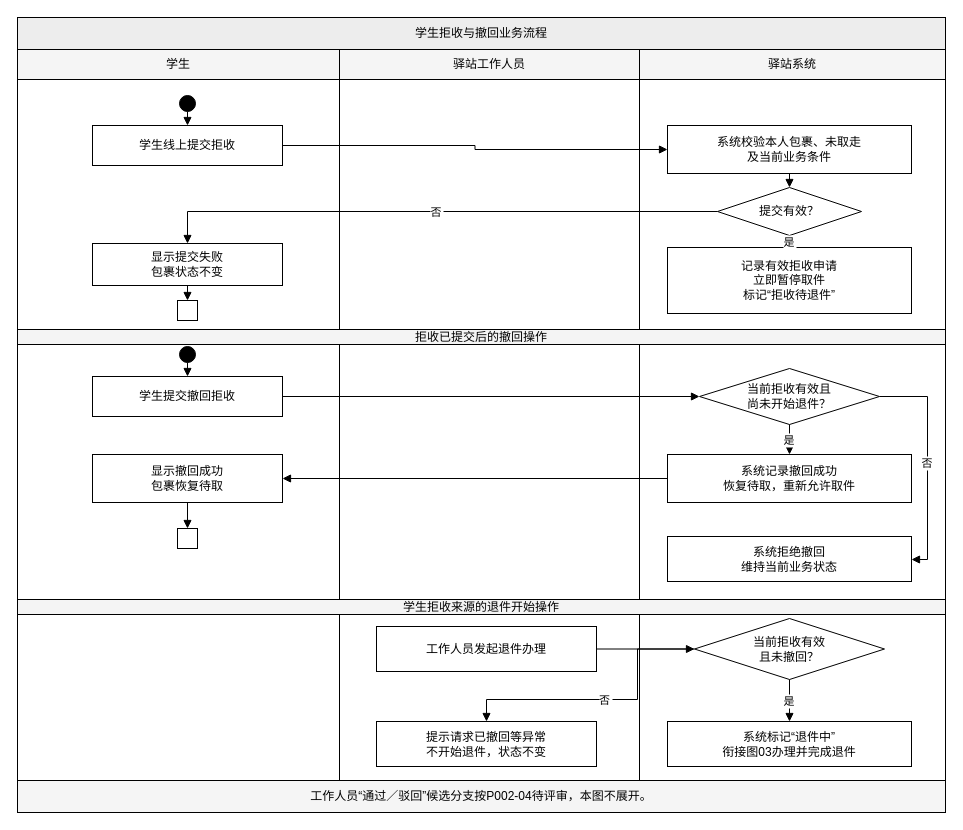
The draw.io diagram docs/requirements/business-flows/任奕阳_REQ-002/02_拒收与撤回业务流程.drawio in ZhenyuYangK/HDU-campus-express-management, before the edit. Source tidied: cells renumbered, new cells numbered last; positions are measured from the earlier drawing's top-left corner, leaving out a move shared by most shapes. Both pictures are drawn from the tidied source at 100%, with x=0, y=0 at pixel (17, 17).
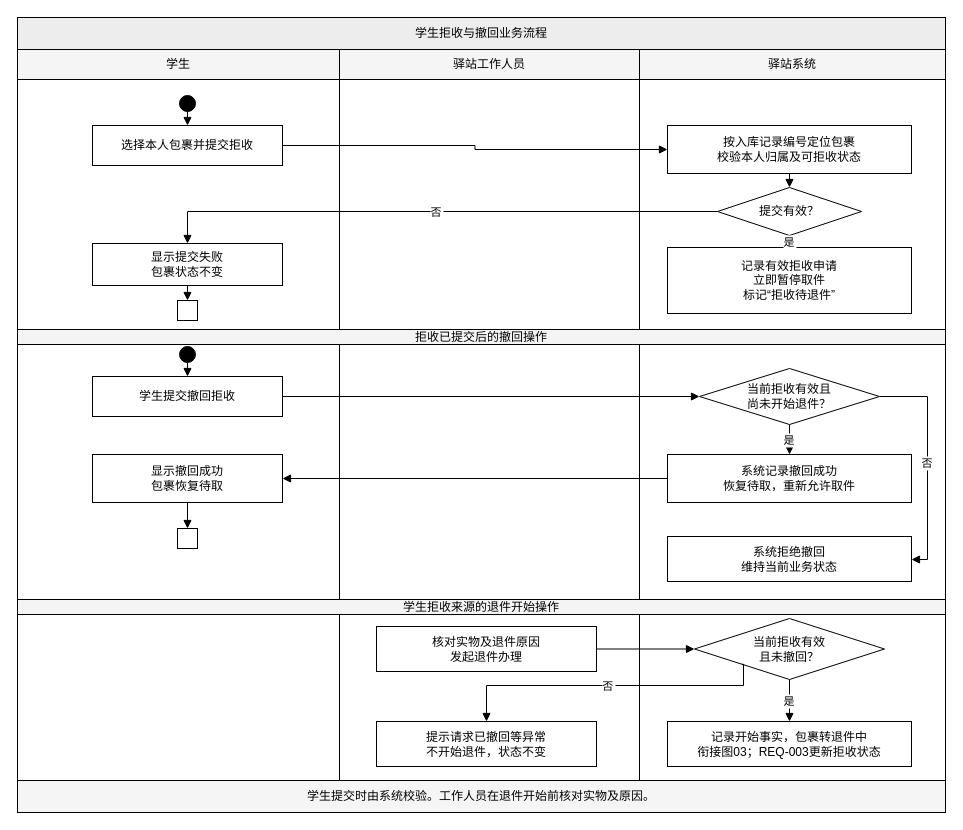
Above is the later version.

The change refers to these unchanged cells:
```xml
<mxCell id="27" value="当前拒收有效&#10;且未撤回？" style="rhombus;whiteSpace=wrap;html=0;fillColor=#FFFFFF;fontColor=#000000;strokeColor=#000000;fontFamily=Microsoft YaHei;fontSize=12;" parent="1" vertex="1">
  <mxGeometry x="677" y="601" width="190" height="61" as="geometry" />
</mxCell>
<mxCell id="28" value="提示请求已撤回等异常&#10;不开始退件，状态不变" style="rounded=0;whiteSpace=wrap;html=0;fillColor=#FFFFFF;fontColor=#000000;strokeColor=#000000;fontFamily=Microsoft YaHei;fontSize=12;" parent="1" vertex="1">
  <mxGeometry x="359" y="704" width="220" height="45" as="geometry" />
</mxCell>
```

What changed in the source:
```diff
@@
-    <mxCell id="11" value="工作人员“通过／驳回”候选分支按P002-04待评审，本图不展开。" style="whiteSpace=wrap;html=0;fontColor=#000000;fontSize=12;fillColor=#f5f5f5;strokeColor=#000000;" parent="1" vertex="1">
+    <mxCell id="11" value="学生提交时由系统校验。工作人员在退件开始前核对实物及原因。" style="whiteSpace=wrap;html=0;fontColor=#000000;fontSize=12;fillColor=#f5f5f5;strokeColor=#000000;" parent="1" vertex="1">
       <mxGeometry y="763" width="928" height="32" as="geometry" />
     </mxCell>
@@
-    <mxCell id="13" value="学生线上提交拒收" style="rounded=0;whiteSpace=wrap;html=0;fillColor=#FFFFFF;fontColor=#000000;strokeColor=#000000;fontFamily=Microsoft YaHei;fontSize=12;" parent="1" vertex="1">
+    <mxCell id="13" value="选择本人包裹并提交拒收" style="rounded=0;whiteSpace=wrap;html=0;fillColor=#FFFFFF;fontColor=#000000;strokeColor=#000000;fontFamily=Microsoft YaHei;fontSize=12;" parent="1" vertex="1">
       <mxGeometry x="75" y="108" width="190" height="40" as="geometry" />
     </mxCell>
-    <mxCell id="14" value="系统校验本人包裹、未取走&#10;及当前业务条件" style="rounded=0;whiteSpace=wrap;html=0;fillColor=#FFFFFF;fontColor=#000000;strokeColor=#000000;fontFamily=Microsoft YaHei;fontSize=12;" parent="1" vertex="1">
+    <mxCell id="14" value="按入库记录编号定位包裹&#10;校验本人归属及可拒收状态" style="rounded=0;whiteSpace=wrap;html=0;fillColor=#FFFFFF;fontColor=#000000;strokeColor=#000000;fontFamily=Microsoft YaHei;fontSize=12;" parent="1" vertex="1">
       <mxGeometry x="650" y="108" width="244" height="48" as="geometry" />
     </mxCell>
@@
-    <mxCell id="26" value="工作人员发起退件办理" style="rounded=0;whiteSpace=wrap;html=0;fillColor=#FFFFFF;fontColor=#000000;strokeColor=#000000;fontFamily=Microsoft YaHei;fontSize=12;" parent="1" vertex="1">
+    <mxCell id="26" value="核对实物及退件原因&#10;发起退件办理" style="rounded=0;whiteSpace=wrap;html=0;fillColor=#FFFFFF;fontColor=#000000;strokeColor=#000000;fontFamily=Microsoft YaHei;fontSize=12;" parent="1" vertex="1">
       <mxGeometry x="359" y="609" width="220" height="45" as="geometry" />
     </mxCell>
@@
-    <mxCell id="29" value="系统标记“退件中”&#10;衔接图03办理并完成退件" style="rounded=0;whiteSpace=wrap;html=0;fillColor=#FFFFFF;fontColor=#000000;strokeColor=#000000;fontFamily=Microsoft YaHei;fontSize=12;" parent="1" vertex="1">
+    <mxCell id="29" value="记录开始事实，包裹转退件中&#10;衔接图03；REQ-003更新拒收状态" style="rounded=0;whiteSpace=wrap;html=0;fillColor=#FFFFFF;fontColor=#000000;strokeColor=#000000;fontFamily=Microsoft YaHei;fontSize=12;" parent="1" vertex="1">
       <mxGeometry x="650" y="704" width="244" height="45" as="geometry" />
     </mxCell>
@@
-    <mxCell id="44" value="否" style="edgeStyle=orthogonalEdgeStyle;rounded=0;html=0;endArrow=block;endFill=1;strokeColor=#000000;fontColor=#000000;" parent="1" edge="1" source="27" target="28">
+    <mxCell id="44" value="否" style="edgeStyle=orthogonalEdgeStyle;rounded=0;html=0;endArrow=block;endFill=1;strokeColor=#000000;fontColor=#000000;exitX=0.25;exitY=0.75;entryX=0.5;entryY=0;" parent="1" edge="1" source="27" target="28">
       <mxGeometry relative="1" as="geometry">
         <Array as="points">
-          <mxPoint x="620" y="632" />
-          <mxPoint x="620" y="682" />
-          <mxPoint x="469" y="682" />
+          <mxPoint x="726" y="668" />
+          <mxPoint x="469" y="668" />
         </Array>
       </mxGeometry>
     </mxCell>
```
